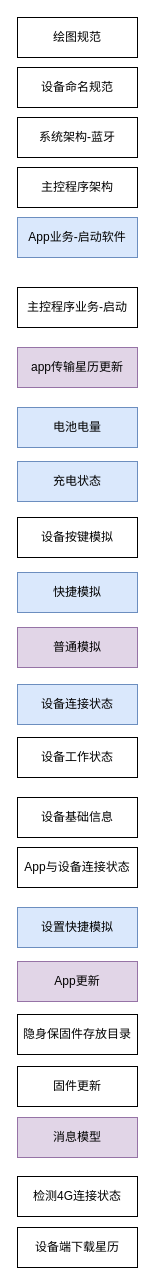
Before: page "目录" (3 of 27) of 隐身保arm版-业务流程-V1.0-20221028-1.drawio in kyphoon/ysb_drawio_tree, a draw.io diagram. Source tidied: cells renumbered, new cells numbered last; positions are measured from the earlier drawing's top-left corner, leaving out a move shared by most shapes. Both pictures are drawn from the tidied source at 100%, with x=0, y=0 at pixel (17, 17).
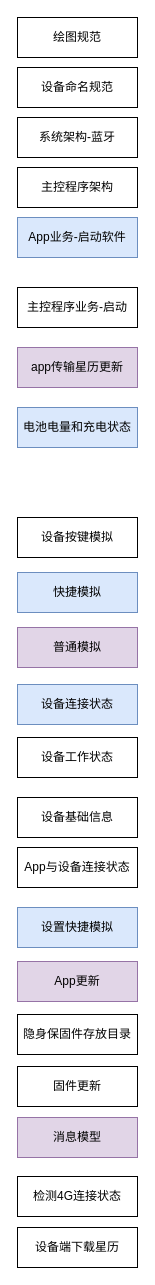
Above is the later version.

Diff of the diagram source:
```diff
@@
-    <mxCell id="6" value="电池电量" style="rounded=0;whiteSpace=wrap;html=1;fillColor=#dae8fc;strokeColor=#6c8ebf;" parent="1" vertex="1">
+    <mxCell id="6" value="电池电量和充电状态" style="rounded=0;whiteSpace=wrap;html=1;fillColor=#dae8fc;strokeColor=#6c8ebf;" parent="1" vertex="1">
       <mxGeometry y="390" width="120" height="40" as="geometry" />
     </mxCell>
@@
-    <mxCell id="10" value="充电状态" style="rounded=0;whiteSpace=wrap;html=1;fillColor=#dae8fc;strokeColor=#6c8ebf;" parent="1" vertex="1">
-      <mxGeometry y="444" width="120" height="40" as="geometry" />
-    </mxCell>
```
